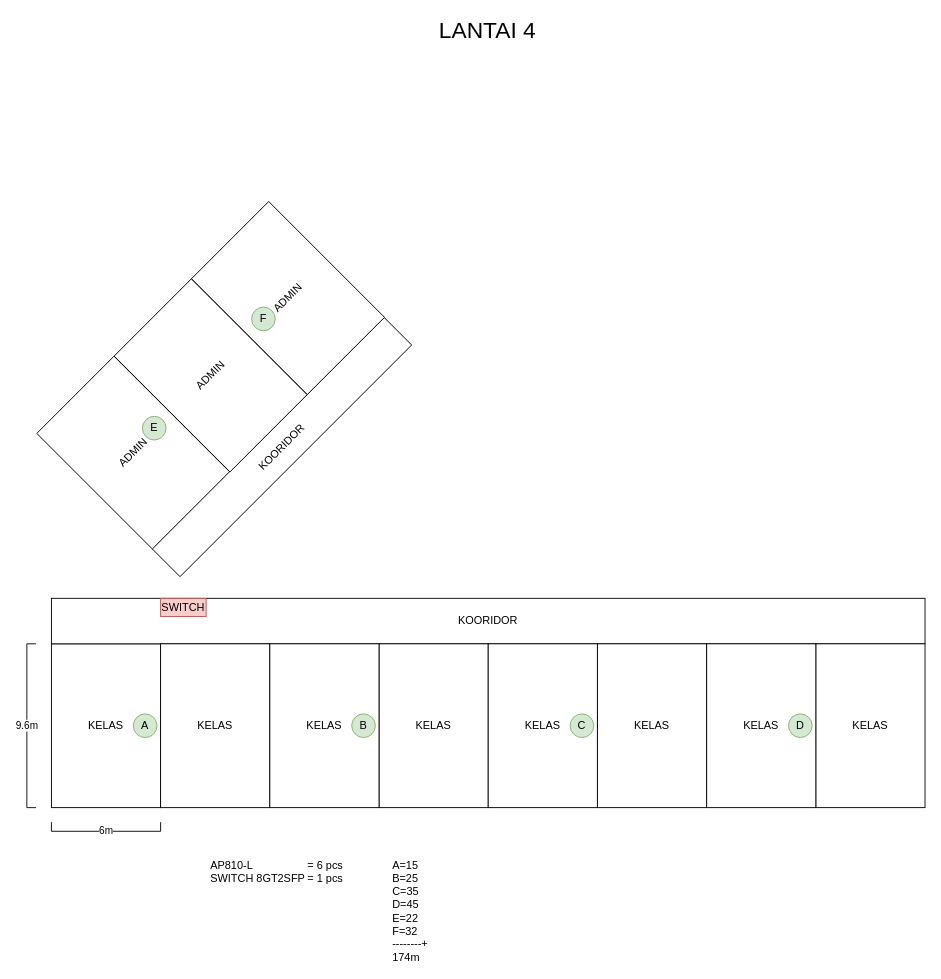
This is page "LANTAI 4" (5 of 5) of Denah & Topologi Maria Regina School.drawio from hnkzf/topologi-site, a draw.io file, before an edit. Source tidied: cells renumbered, new cells numbered last; positions are measured from the earlier drawing's top-left corner, leaving out a move shared by most shapes. Both pictures are drawn from the tidied source at 91%, with x=0, y=0 at pixel (26, 15).
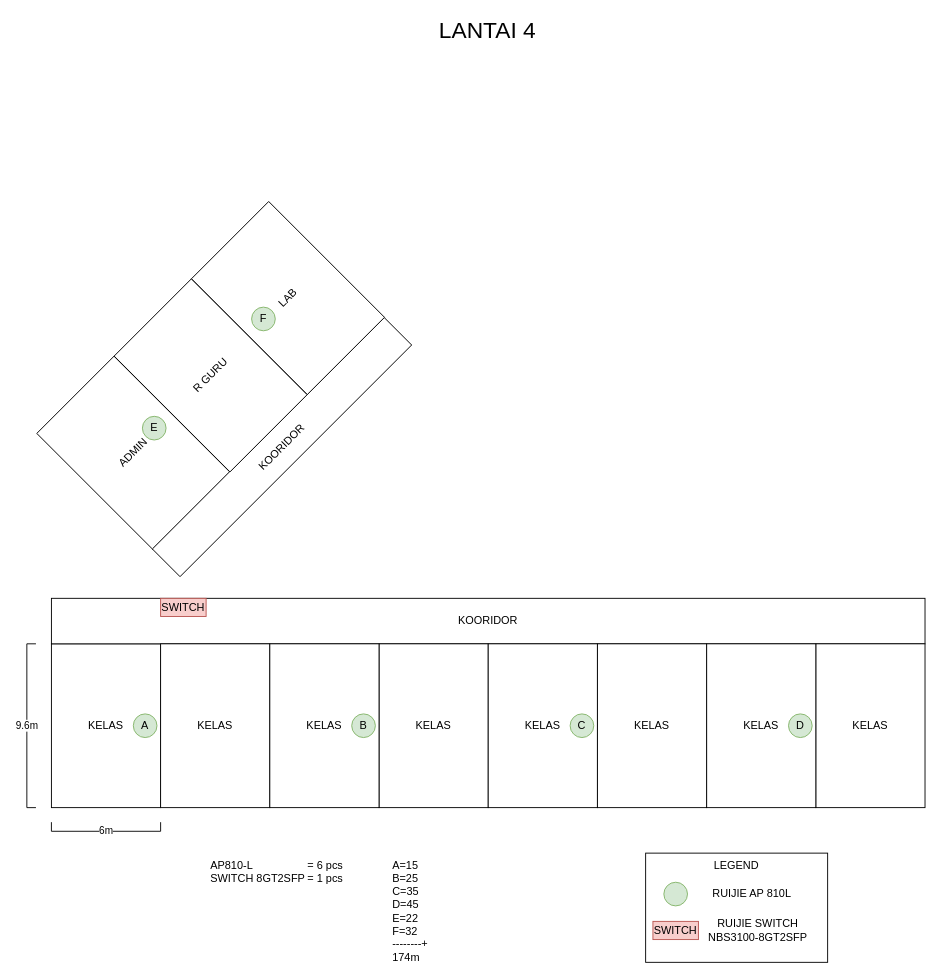
After the change.

Diff of the diagram source:
```diff
@@
-    <mxCell id="18" value="ADMIN" style="rounded=0;whiteSpace=wrap;html=1;rotation=-45;" parent="1" vertex="1">
+    <mxCell id="18" value="R GURU" style="rounded=0;whiteSpace=wrap;html=1;rotation=-45;" parent="1" vertex="1">
       <mxGeometry x="142" y="305" width="120" height="180" as="geometry" />
     </mxCell>
-    <mxCell id="19" value="ADMIN" style="rounded=0;whiteSpace=wrap;html=1;rotation=-45;" parent="1" vertex="1">
+    <mxCell id="19" value="LAB" style="rounded=0;whiteSpace=wrap;html=1;rotation=-45;" parent="1" vertex="1">
       <mxGeometry x="227" y="220" width="120" height="180" as="geometry" />
     </mxCell>
@@
+    <mxCell id="27" value="LEGEND" style="rounded=0;whiteSpace=wrap;html=1;verticalAlign=top;" parent="1" vertex="1">
+      <mxGeometry x="680" y="920" width="200" height="120" as="geometry" />
+    </mxCell>
+    <mxCell id="28" style="ellipse;whiteSpace=wrap;html=1;fillColor=#d5e8d4;strokeColor=#82b366;" parent="1" vertex="1">
+      <mxGeometry x="700" y="952" width="26" height="26" as="geometry" />
+    </mxCell>
+    <mxCell id="29" value="SWITCH" style="rounded=0;whiteSpace=wrap;html=1;fillColor=#f8cecc;strokeColor=#b85450;" parent="1" vertex="1">
+      <mxGeometry x="688" y="995" width="50" height="20" as="geometry" />
+    </mxCell>
+    <mxCell id="30" value="RUIJIE AP 810L" style="text;html=1;whiteSpace=wrap;strokeColor=none;fillColor=none;align=center;verticalAlign=middle;rounded=0;" parent="1" vertex="1">
+      <mxGeometry x="747" y="950" width="100" height="30" as="geometry" />
+    </mxCell>
+    <mxCell id="31" value="RUIJIE SWITCH&lt;div&gt;NBS3100-8GT2SFP&lt;/div&gt;" style="text;html=1;whiteSpace=wrap;strokeColor=none;fillColor=none;align=center;verticalAlign=middle;rounded=0;" parent="1" vertex="1">
+      <mxGeometry x="747" y="990" width="113" height="30" as="geometry" />
+    </mxCell>
```
